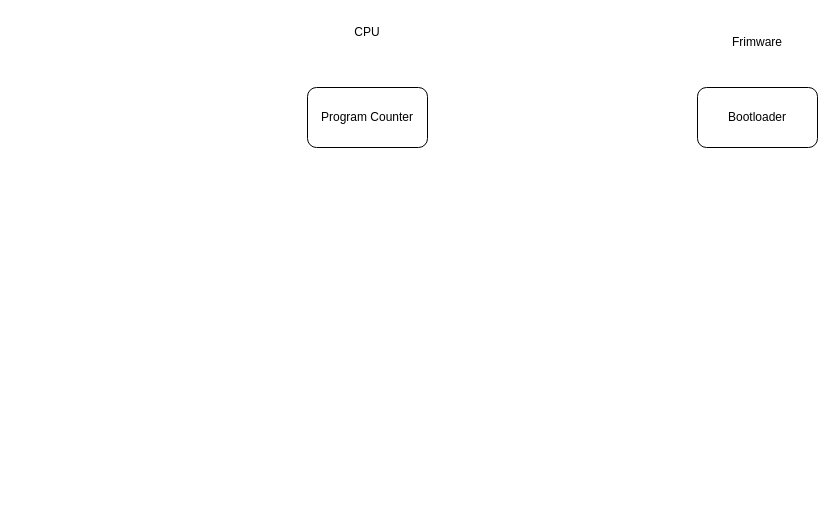
The draw.io diagram Untitled Diagram.drawio in brilliantnarlo/system-design, before the edit. Source tidied: cells renumbered, new cells numbered last; positions are measured from the earlier drawing's top-left corner, leaving out a move shared by most shapes. Both pictures are drawn from the tidied source at 100%, with x=0, y=0 at pixel (307, 17).
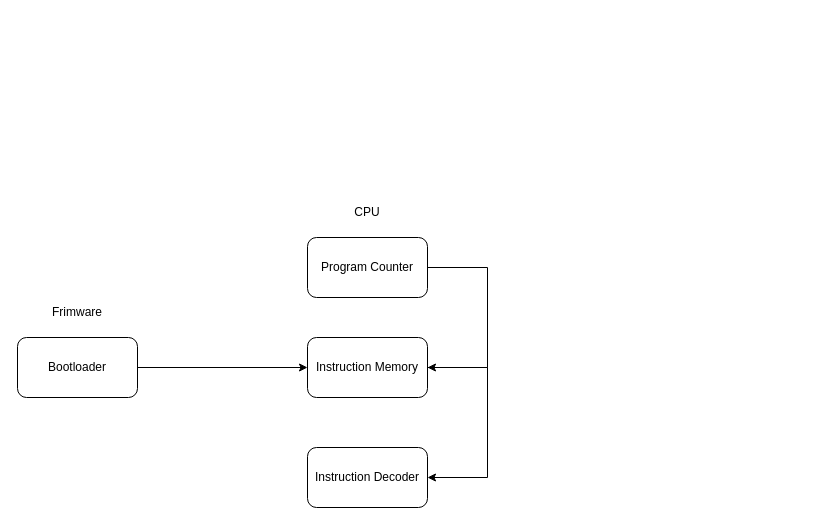
Above is the later version.

What changed in the source:
```diff
@@
 <mxGraphModel>
   <root>
     <mxCell id="0" />
     <mxCell id="1" parent="0" />
     <mxCell id="2" value="Program Counter" style="rounded=1;whiteSpace=wrap;html=1;" parent="1" vertex="1">
-      <mxGeometry y="70" width="120" height="60" as="geometry" />
+      <mxGeometry y="220" width="120" height="60" as="geometry" />
     </mxCell>
     <mxCell id="3" value="Bootloader" style="rounded=1;whiteSpace=wrap;html=1;" parent="1" vertex="1">
-      <mxGeometry x="390" y="70" width="120" height="60" as="geometry" />
+      <mxGeometry x="-290" y="320" width="120" height="60" as="geometry" />
     </mxCell>
     <mxCell id="4" value="CPU" style="text;html=1;whiteSpace=wrap;strokeColor=none;fillColor=none;align=center;verticalAlign=middle;rounded=0;" parent="1" vertex="1">
-      <mxGeometry x="30" width="60" height="30" as="geometry" />
+      <mxGeometry x="30" y="180" width="60" height="30" as="geometry" />
     </mxCell>
     <mxCell id="5" value="Frimware" style="text;html=1;whiteSpace=wrap;strokeColor=none;fillColor=none;align=center;verticalAlign=middle;rounded=0;" parent="1" vertex="1">
-      <mxGeometry x="420" y="10" width="60" height="30" as="geometry" />
+      <mxGeometry x="-260" y="280" width="60" height="30" as="geometry" />
     </mxCell>
+    <mxCell id="6" value="Instruction Memory" style="rounded=1;whiteSpace=wrap;html=1;" parent="1" vertex="1">
+      <mxGeometry y="320" width="120" height="60" as="geometry" />
+    </mxCell>
+    <mxCell id="7" value="Instruction Decoder" style="rounded=1;whiteSpace=wrap;html=1;" parent="1" vertex="1">
+      <mxGeometry y="430" width="120" height="60" as="geometry" />
+    </mxCell>
+    <mxCell id="8" style="endArrow=classic;html=1;rounded=0;exitX=1;exitY=0.5;exitDx=0;exitDy=0;entryX=1;entryY=0.5;entryDx=0;entryDy=0;edgeStyle=orthogonalEdgeStyle;" parent="1" edge="1" source="2" target="6">
+      <mxGeometry relative="1" as="geometry">
+        <Array as="points">
+          <mxPoint x="180" y="250" />
+          <mxPoint x="180" y="350" />
+        </Array>
+      </mxGeometry>
+    </mxCell>
+    <mxCell id="9" style="endArrow=classic;html=1;rounded=0;exitX=1;exitY=0.5;exitDx=0;exitDy=0;entryX=1;entryY=0.5;entryDx=0;entryDy=0;edgeStyle=orthogonalEdgeStyle;" parent="1" edge="1" source="6" target="7">
+      <mxGeometry relative="1" as="geometry">
+        <Array as="points">
+          <mxPoint x="180" y="350" />
+          <mxPoint x="180" y="460" />
+        </Array>
+      </mxGeometry>
+    </mxCell>
+    <mxCell id="10" style="endArrow=classic;html=1;rounded=0;exitX=1;exitY=0.5;exitDx=0;exitDy=0;entryX=0;entryY=0.5;entryDx=0;entryDy=0;" parent="1" edge="1" source="3" target="6">
+      <mxGeometry relative="1" as="geometry" />
+    </mxCell>
   </root>
 </mxGraphModel>
```
